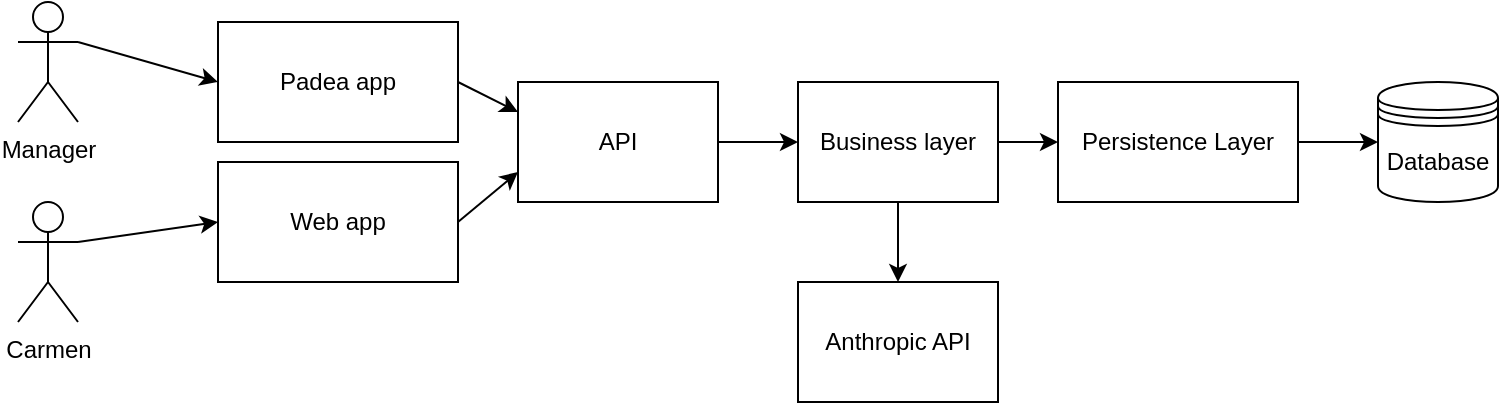
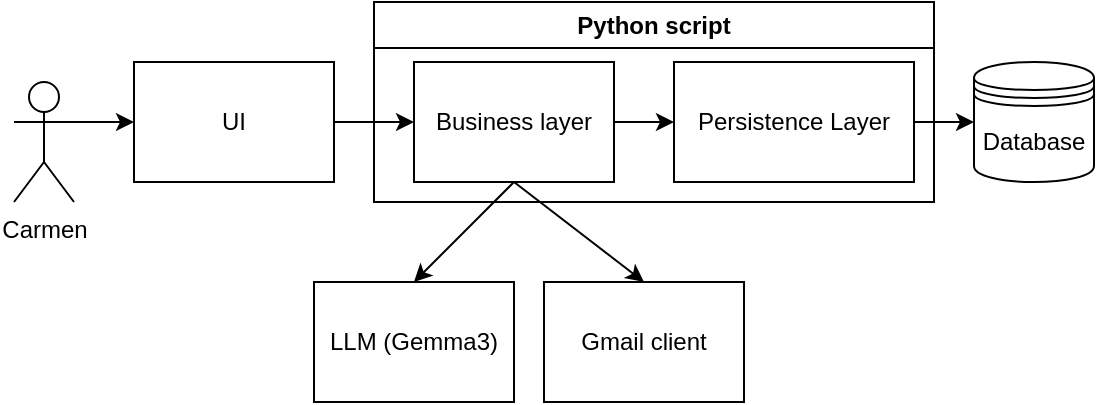
<mxfile host="65bd71144e">
    <diagram id="FsWGDDxWJfLhRA2eTXPo" name="Page-1">
-         <mxGraphModel dx="1744" dy="489" grid="1" gridSize="10" guides="1" tooltips="1" connect="1" arrows="1" fold="1" page="1" pageScale="1" pageWidth="850" pageHeight="1100" math="0" shadow="0">
+         <mxGraphModel dx="347" dy="331" grid="1" gridSize="10" guides="1" tooltips="1" connect="1" arrows="1" fold="1" page="1" pageScale="1" pageWidth="850" pageHeight="1100" math="0" shadow="0">
            <root>
                <mxCell id="0"/>
                <mxCell id="1" parent="0"/>
-                 <mxCell id="3" value="Database" style="shape=datastore;whiteSpace=wrap;html=1;" vertex="1" parent="1">
-                     <mxGeometry x="550" y="280" width="60" height="60" as="geometry"/>
+                 <mxCell id="3" value="Database" style="shape=datastore;whiteSpace=wrap;html=1;" parent="1" vertex="1">
+                     <mxGeometry x="540" y="280" width="60" height="60" as="geometry"/>
                </mxCell>
-                 <mxCell id="23" style="edgeStyle=none;html=1;exitX=1;exitY=0.5;exitDx=0;exitDy=0;entryX=0;entryY=0.5;entryDx=0;entryDy=0;" edge="1" parent="1" source="4" target="3">
+                 <mxCell id="23" style="edgeStyle=none;html=1;exitX=1;exitY=0.5;exitDx=0;exitDy=0;entryX=0;entryY=0.5;entryDx=0;entryDy=0;" parent="1" source="4" target="3" edge="1">
                    <mxGeometry relative="1" as="geometry"/>
                </mxCell>
-                 <mxCell id="4" value="Persistence Layer" style="rounded=0;whiteSpace=wrap;html=1;" vertex="1" parent="1">
+                 <mxCell id="4" value="Persistence Layer" style="rounded=0;whiteSpace=wrap;html=1;" parent="1" vertex="1">
                    <mxGeometry x="390" y="280" width="120" height="60" as="geometry"/>
                </mxCell>
-                 <mxCell id="37" style="edgeStyle=none;html=1;exitX=1;exitY=0.5;exitDx=0;exitDy=0;entryX=0;entryY=0.5;entryDx=0;entryDy=0;" edge="1" parent="1" source="12" target="36">
+                 <mxCell id="37" style="edgeStyle=none;html=1;exitX=1;exitY=0.5;exitDx=0;exitDy=0;entryX=0;entryY=0.5;entryDx=0;entryDy=0;" parent="1" source="19" target="36" edge="1">
+                     <mxGeometry relative="1" as="geometry">
+                         <mxPoint x="220" y="310" as="sourcePoint"/>
+                     </mxGeometry>
+                 </mxCell>
+                 <mxCell id="19" value="UI" style="rounded=0;whiteSpace=wrap;html=1;" parent="1" vertex="1">
+                     <mxGeometry x="120" y="280" width="100" height="60" as="geometry"/>
+                 </mxCell>
+                 <mxCell id="29" style="edgeStyle=none;html=1;entryX=0;entryY=0.5;entryDx=0;entryDy=0;exitX=1;exitY=0.3333333333333333;exitDx=0;exitDy=0;exitPerimeter=0;" parent="1" source="28" target="19" edge="1">
+                     <mxGeometry relative="1" as="geometry">
+                         <mxPoint x="60" y="345" as="sourcePoint"/>
+                     </mxGeometry>
+                 </mxCell>
+                 <mxCell id="28" value="Carmen" style="shape=umlActor;verticalLabelPosition=bottom;verticalAlign=top;html=1;outlineConnect=0;" parent="1" vertex="1">
+                     <mxGeometry x="60" y="290" width="30" height="60" as="geometry"/>
+                 </mxCell>
+                 <mxCell id="38" style="edgeStyle=none;html=1;exitX=1;exitY=0.5;exitDx=0;exitDy=0;entryX=0;entryY=0.5;entryDx=0;entryDy=0;" parent="1" source="36" target="4" edge="1">
                    <mxGeometry relative="1" as="geometry"/>
                </mxCell>
-                 <mxCell id="12" value="API" style="rounded=0;whiteSpace=wrap;html=1;" vertex="1" parent="1">
-                     <mxGeometry x="120" y="280" width="100" height="60" as="geometry"/>
-                 </mxCell>
-                 <mxCell id="35" style="edgeStyle=none;html=1;exitX=1;exitY=0.5;exitDx=0;exitDy=0;entryX=0;entryY=0.25;entryDx=0;entryDy=0;" edge="1" parent="1" source="18" target="12">
+                 <mxCell id="41" style="edgeStyle=none;html=1;exitX=0.5;exitY=1;exitDx=0;exitDy=0;entryX=0.5;entryY=0;entryDx=0;entryDy=0;" parent="1" source="36" target="39" edge="1">
                    <mxGeometry relative="1" as="geometry"/>
                </mxCell>
-                 <mxCell id="18" value="Padea app" style="rounded=0;whiteSpace=wrap;html=1;" vertex="1" parent="1">
-                     <mxGeometry x="-30" y="250" width="120" height="60" as="geometry"/>
-                 </mxCell>
-                 <mxCell id="20" style="edgeStyle=none;html=1;exitX=1;exitY=0.5;exitDx=0;exitDy=0;entryX=0;entryY=0.75;entryDx=0;entryDy=0;" edge="1" parent="1" source="19" target="12">
+                 <mxCell id="43" style="edgeStyle=none;html=1;exitX=0.5;exitY=1;exitDx=0;exitDy=0;entryX=0.5;entryY=0;entryDx=0;entryDy=0;" edge="1" parent="1" source="36" target="42">
                    <mxGeometry relative="1" as="geometry"/>
                </mxCell>
-                 <mxCell id="19" value="Web app" style="rounded=0;whiteSpace=wrap;html=1;" vertex="1" parent="1">
-                     <mxGeometry x="-30" y="320" width="120" height="60" as="geometry"/>
-                 </mxCell>
-                 <mxCell id="29" style="edgeStyle=none;html=1;entryX=0;entryY=0.5;entryDx=0;entryDy=0;exitX=1;exitY=0.3333333333333333;exitDx=0;exitDy=0;exitPerimeter=0;" edge="1" parent="1" source="28" target="19">
-                     <mxGeometry relative="1" as="geometry">
-                         <mxPoint x="-90" y="350" as="sourcePoint"/>
-                     </mxGeometry>
-                 </mxCell>
-                 <mxCell id="28" value="Carmen" style="shape=umlActor;verticalLabelPosition=bottom;verticalAlign=top;html=1;outlineConnect=0;" vertex="1" parent="1">
-                     <mxGeometry x="-130" y="340" width="30" height="60" as="geometry"/>
-                 </mxCell>
-                 <mxCell id="34" style="edgeStyle=none;html=1;exitX=1;exitY=0.3333333333333333;exitDx=0;exitDy=0;exitPerimeter=0;entryX=0;entryY=0.5;entryDx=0;entryDy=0;" edge="1" parent="1" source="32" target="18">
-                     <mxGeometry relative="1" as="geometry"/>
-                 </mxCell>
-                 <mxCell id="32" value="Manager" style="shape=umlActor;verticalLabelPosition=bottom;verticalAlign=top;html=1;outlineConnect=0;" vertex="1" parent="1">
-                     <mxGeometry x="-130" y="240" width="30" height="60" as="geometry"/>
-                 </mxCell>
-                 <mxCell id="38" style="edgeStyle=none;html=1;exitX=1;exitY=0.5;exitDx=0;exitDy=0;entryX=0;entryY=0.5;entryDx=0;entryDy=0;" edge="1" parent="1" source="36" target="4">
-                     <mxGeometry relative="1" as="geometry"/>
-                 </mxCell>
-                 <mxCell id="41" style="edgeStyle=none;html=1;exitX=0.5;exitY=1;exitDx=0;exitDy=0;entryX=0.5;entryY=0;entryDx=0;entryDy=0;" edge="1" parent="1" source="36" target="39">
-                     <mxGeometry relative="1" as="geometry"/>
-                 </mxCell>
-                 <mxCell id="36" value="Business layer" style="rounded=0;whiteSpace=wrap;html=1;" vertex="1" parent="1">
+                 <mxCell id="36" value="Business layer" style="rounded=0;whiteSpace=wrap;html=1;" parent="1" vertex="1">
                    <mxGeometry x="260" y="280" width="100" height="60" as="geometry"/>
                </mxCell>
-                 <mxCell id="39" value="Anthropic API" style="rounded=0;whiteSpace=wrap;html=1;" vertex="1" parent="1">
-                     <mxGeometry x="260" y="380" width="100" height="60" as="geometry"/>
+                 <mxCell id="39" value="LLM (Gemma3)" style="rounded=0;whiteSpace=wrap;html=1;" parent="1" vertex="1">
+                     <mxGeometry x="210" y="390" width="100" height="60" as="geometry"/>
+                 </mxCell>
+                 <mxCell id="42" value="Gmail client" style="rounded=0;whiteSpace=wrap;html=1;" vertex="1" parent="1">
+                     <mxGeometry x="325" y="390" width="100" height="60" as="geometry"/>
+                 </mxCell>
+                 <mxCell id="44" value="Python script" style="swimlane;whiteSpace=wrap;html=1;" vertex="1" parent="1">
+                     <mxGeometry x="240" y="250" width="280" height="100" as="geometry"/>
                </mxCell>
            </root>
        </mxGraphModel>
    </diagram>
</mxfile>